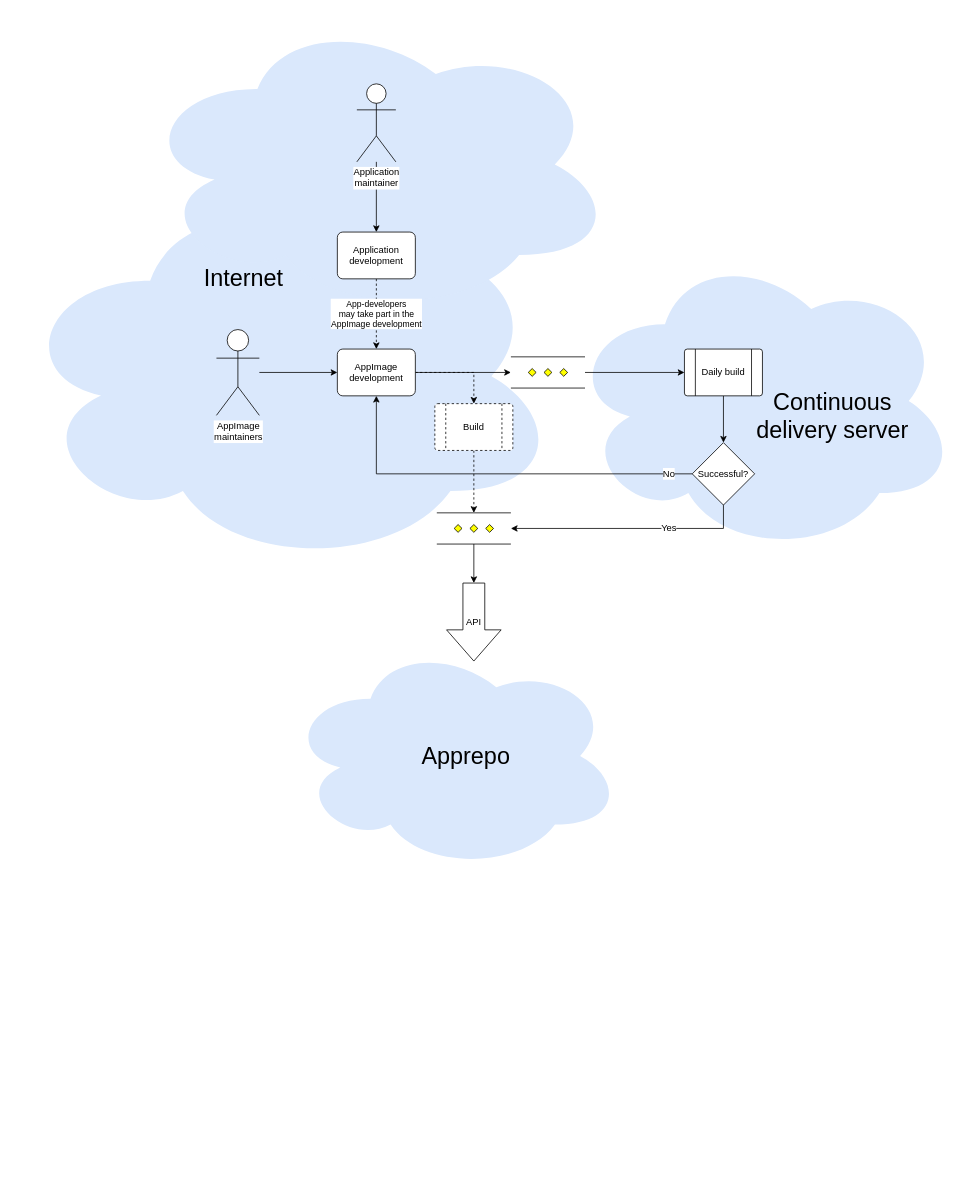
Above: charts/flow.drawio in pkgforge-community/nx-appbuild-hub_Store-Web.AppImage (draw.io), before the change. Source tidied: cells renumbered, new cells numbered last; positions are measured from the earlier drawing's top-left corner, leaving out a move shared by most shapes. Both pictures are drawn from the tidied source at 78%, with x=0, y=0 at pixel (13, 13).
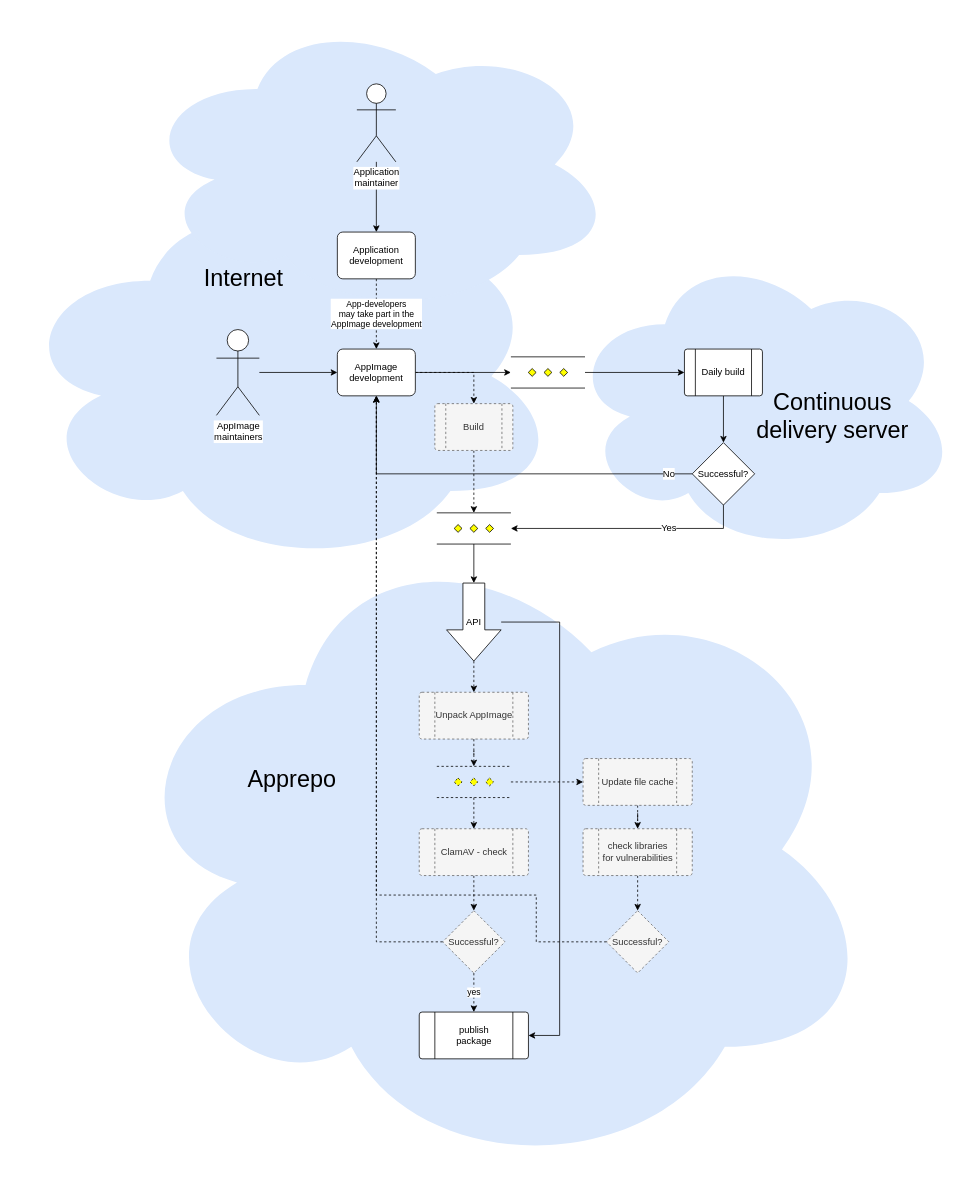
After the change.

Commit message (it also covers changes not shown here):
=updated flow chart

Unchanged cells that the change refers to:
```xml
<mxCell id="15" value="AppImage development" style="rounded=1;whiteSpace=wrap;html=1;absoluteArcSize=1;arcSize=14;strokeWidth=1;" parent="1" vertex="1">
  <mxGeometry x="415" y="430" width="100" height="60" as="geometry" />
</mxCell>
```

What changed in the source:
```diff
@@
+    <mxCell id="28" style="ellipse;shape=cloud;whiteSpace=wrap;html=1;strokeColor=none;fillColor=#dae8fc;" parent="1" vertex="1">
+      <mxGeometry x="130" y="650" width="977.2" height="843.3" as="geometry" />
+    </mxCell>
+    <mxCell id="25" style="group;" parent="1" vertex="1">
+      <mxGeometry x="350" y="710" width="703.6" height="785" as="geometry" />
+    </mxCell>
+    <mxCell id="27" style="group;" parent="25" vertex="1">
+      <mxGeometry y="95" width="703.6" height="690" as="geometry" />
+    </mxCell>
+    <mxCell id="33" style="edgeStyle=orthogonalEdgeStyle;rounded=0;jettySize=auto;html=1;entryX=0.5;entryY=0;entryDx=0;entryDy=0;dashed=1;" parent="27" edge="1" source="35" target="37">
+      <mxGeometry relative="1" as="geometry" />
+    </mxCell>
+    <mxCell id="34" style="edgeStyle=orthogonalEdgeStyle;rounded=0;jettySize=auto;html=1;entryX=0;entryY=0.5;entryDx=0;entryDy=0;dashed=1;" parent="27" edge="1" source="35" target="39">
+      <mxGeometry relative="1" as="geometry" />
+    </mxCell>
+    <mxCell id="35" style="verticalLabelPosition=bottom;verticalAlign=top;html=1;shape=mxgraph.flowchart.parallel_mode;dashed=1;" parent="27" vertex="1">
+      <mxGeometry x="192.5" y="160" width="95" height="40" as="geometry" />
+    </mxCell>
+    <mxCell id="36" style="edgeStyle=orthogonalEdgeStyle;rounded=0;jettySize=auto;html=1;entryX=0.5;entryY=0;entryDx=0;entryDy=0;entryPerimeter=0;dashed=1;" parent="27" edge="1" source="37" target="43">
+      <mxGeometry relative="1" as="geometry" />
+    </mxCell>
+    <mxCell id="37" value="ClamAV - check" style="html=1;shape=process;whiteSpace=wrap;rounded=1;size=0.14;arcSize=6;dashed=1;fillColor=#f5f5f5;strokeColor=#666666;fontColor=#333333;" parent="27" vertex="1">
+      <mxGeometry x="170" y="240" width="140" height="60" as="geometry" />
+    </mxCell>
+    <mxCell id="38" style="edgeStyle=orthogonalEdgeStyle;rounded=0;jettySize=auto;html=1;entryX=0.5;entryY=0;entryDx=0;entryDy=0;dashed=1;" parent="27" edge="1" source="39" target="46">
+      <mxGeometry relative="1" as="geometry" />
+    </mxCell>
+    <mxCell id="39" value="Update file cache" style="html=1;shape=process;whiteSpace=wrap;rounded=1;size=0.14;arcSize=6;dashed=1;fillColor=#f5f5f5;strokeColor=#666666;fontColor=#333333;" parent="27" vertex="1">
+      <mxGeometry x="380" y="150" width="140" height="60" as="geometry" />
+    </mxCell>
+    <mxCell id="40" style="edgeStyle=orthogonalEdgeStyle;rounded=0;jettySize=auto;html=1;entryX=0.5;entryY=0;entryDx=0;entryDy=0;entryPerimeter=0;dashed=1;" parent="27" edge="1" source="41" target="35">
+      <mxGeometry relative="1" as="geometry" />
+    </mxCell>
+    <mxCell id="41" value="Unpack AppImage" style="html=1;shape=process;whiteSpace=wrap;rounded=1;size=0.14;arcSize=6;dashed=1;fillColor=#f5f5f5;strokeColor=#666666;fontColor=#333333;" parent="27" vertex="1">
+      <mxGeometry x="170" y="65" width="140" height="60" as="geometry" />
+    </mxCell>
+    <mxCell id="42" value="yes" style="edgeStyle=orthogonalEdgeStyle;rounded=0;jettySize=auto;html=1;entryX=0.5;entryY=0;entryDx=0;entryDy=0;dashed=1;" parent="27" edge="1" source="43" target="44">
+      <mxGeometry relative="1" as="geometry" />
+    </mxCell>
+    <mxCell id="43" value="&lt;font style=&quot;font-size: 12px&quot;&gt;Successful?&lt;/font&gt;" style="strokeWidth=1;html=1;shape=mxgraph.flowchart.decision;whiteSpace=wrap;fillColor=#f5f5f5;strokeColor=#666666;fontColor=#333333;dashed=1;" parent="27" vertex="1">
+      <mxGeometry x="200" y="345" width="80" height="80" as="geometry" />
+    </mxCell>
+    <mxCell id="44" value="publish &lt;br&gt;package" style="html=1;shape=process;whiteSpace=wrap;rounded=1;size=0.14;arcSize=6;" parent="27" vertex="1">
+      <mxGeometry x="170" y="475" width="140" height="60" as="geometry" />
+    </mxCell>
+    <mxCell id="45" style="edgeStyle=orthogonalEdgeStyle;rounded=0;jettySize=auto;html=1;dashed=1;" parent="27" edge="1" source="46" target="47">
+      <mxGeometry relative="1" as="geometry" />
+    </mxCell>
+    <mxCell id="46" value="check libraries for&amp;nbsp;vulnerabilities" style="html=1;shape=process;whiteSpace=wrap;rounded=1;size=0.14;arcSize=6;dashed=1;fillColor=#f5f5f5;strokeColor=#666666;fontColor=#333333;" parent="27" vertex="1">
+      <mxGeometry x="380" y="240" width="140" height="60" as="geometry" />
+    </mxCell>
+    <mxCell id="47" value="&lt;font style=&quot;font-size: 12px&quot;&gt;Successful?&lt;/font&gt;" style="strokeWidth=1;html=1;shape=mxgraph.flowchart.decision;whiteSpace=wrap;fillColor=#f5f5f5;strokeColor=#666666;fontColor=#333333;dashed=1;" parent="27" vertex="1">
+      <mxGeometry x="410" y="345" width="80" height="80" as="geometry" />
+    </mxCell>
+    <mxCell id="48" style="edgeStyle=orthogonalEdgeStyle;rounded=0;jettySize=auto;html=1;entryX=0.5;entryY=0;entryDx=0;entryDy=0;exitX=1;exitY=0.5;exitDx=0;exitDy=0;exitPerimeter=0;dashed=1;" parent="25" edge="1" source="26" target="41">
+      <mxGeometry relative="1" as="geometry" />
+    </mxCell>
+    <mxCell id="49" style="edgeStyle=orthogonalEdgeStyle;rounded=0;jettySize=auto;html=1;entryX=1;entryY=0.5;entryDx=0;entryDy=0;" parent="25" edge="1" source="26" target="44">
+      <mxGeometry relative="1" as="geometry">
+        <Array as="points">
+          <mxPoint x="350" y="70" />
+          <mxPoint x="350" y="600" />
+        </Array>
+      </mxGeometry>
+    </mxCell>
+    <mxCell id="26" style="verticalLabelPosition=bottom;verticalAlign=top;html=1;strokeWidth=1;shape=mxgraph.arrows2.arrow;dy=0.6;dx=40;notch=0;fontSize=12;rotation=90;" parent="25" vertex="1">
+      <mxGeometry x="190" y="35" width="100" height="70" as="geometry" />
+    </mxCell>
+    <mxCell id="30" value="API" style="text;html=1;strokeColor=none;fillColor=none;align=center;verticalAlign=middle;whiteSpace=wrap;rounded=0;fontSize=12;" parent="25" vertex="1">
+      <mxGeometry x="220" y="60" width="40" height="20" as="geometry" />
+    </mxCell>
@@
-    <mxCell id="25" style="group;" parent="1" vertex="1">
-      <mxGeometry x="350" y="710" width="430" height="388.3" as="geometry" />
-    </mxCell>
-    <mxCell id="26" style="verticalLabelPosition=bottom;verticalAlign=top;html=1;strokeWidth=1;shape=mxgraph.arrows2.arrow;dy=0.6;dx=40;notch=0;fontSize=12;rotation=90;" parent="25" vertex="1">
-      <mxGeometry x="190" y="35" width="100" height="70" as="geometry" />
-    </mxCell>
-    <mxCell id="27" style="group;" parent="25" vertex="1">
-      <mxGeometry y="95" width="430" height="293.3" as="geometry" />
-    </mxCell>
-    <mxCell id="28" style="ellipse;shape=cloud;whiteSpace=wrap;html=1;strokeColor=none;fillColor=#dae8fc;" parent="27" vertex="1">
-      <mxGeometry width="430" height="293.3" as="geometry" />
-    </mxCell>
-    <mxCell id="29" value="Apprepo" style="text;html=1;strokeColor=none;fillColor=none;align=center;verticalAlign=middle;whiteSpace=wrap;rounded=0;fontSize=30;" parent="27" vertex="1">
-      <mxGeometry x="140" y="121" width="180" height="51.4" as="geometry" />
-    </mxCell>
-    <mxCell id="30" value="API" style="text;html=1;strokeColor=none;fillColor=none;align=center;verticalAlign=middle;whiteSpace=wrap;rounded=0;fontSize=12;" parent="25" vertex="1">
-      <mxGeometry x="220" y="60" width="40" height="20" as="geometry" />
-    </mxCell>
@@
-    <mxCell id="32" value="Build" style="html=1;shape=process;whiteSpace=wrap;rounded=1;size=0.14;arcSize=6;strokeWidth=1;dashed=1;" parent="1" vertex="1">
+    <mxCell id="32" value="Build" style="html=1;shape=process;whiteSpace=wrap;rounded=1;size=0.14;arcSize=6;strokeWidth=1;dashed=1;fillColor=#f5f5f5;strokeColor=#666666;fontColor=#333333;" parent="1" vertex="1">
       <mxGeometry x="540" y="500" width="100" height="60" as="geometry" />
     </mxCell>
+    <mxCell id="50" style="edgeStyle=orthogonalEdgeStyle;rounded=0;jettySize=auto;html=1;entryX=0.5;entryY=1;entryDx=0;entryDy=0;dashed=1;" parent="1" edge="1" source="43" target="15">
+      <mxGeometry relative="1" as="geometry" />
+    </mxCell>
+    <mxCell id="51" style="edgeStyle=orthogonalEdgeStyle;rounded=0;jettySize=auto;html=1;entryX=0.5;entryY=1;entryDx=0;entryDy=0;dashed=1;" parent="1" edge="1" source="47" target="15">
+      <mxGeometry relative="1" as="geometry">
+        <Array as="points">
+          <mxPoint x="670" y="1190" />
+          <mxPoint x="670" y="1130" />
+          <mxPoint x="465" y="1130" />
+        </Array>
+      </mxGeometry>
+    </mxCell>
+    <mxCell id="29" value="Apprepo" style="text;html=1;strokeColor=none;fillColor=none;align=center;verticalAlign=middle;whiteSpace=wrap;rounded=0;fontSize=30;" parent="1" vertex="1">
+      <mxGeometry x="266.5" y="955" width="180" height="51.4" as="geometry" />
+    </mxCell>
```
